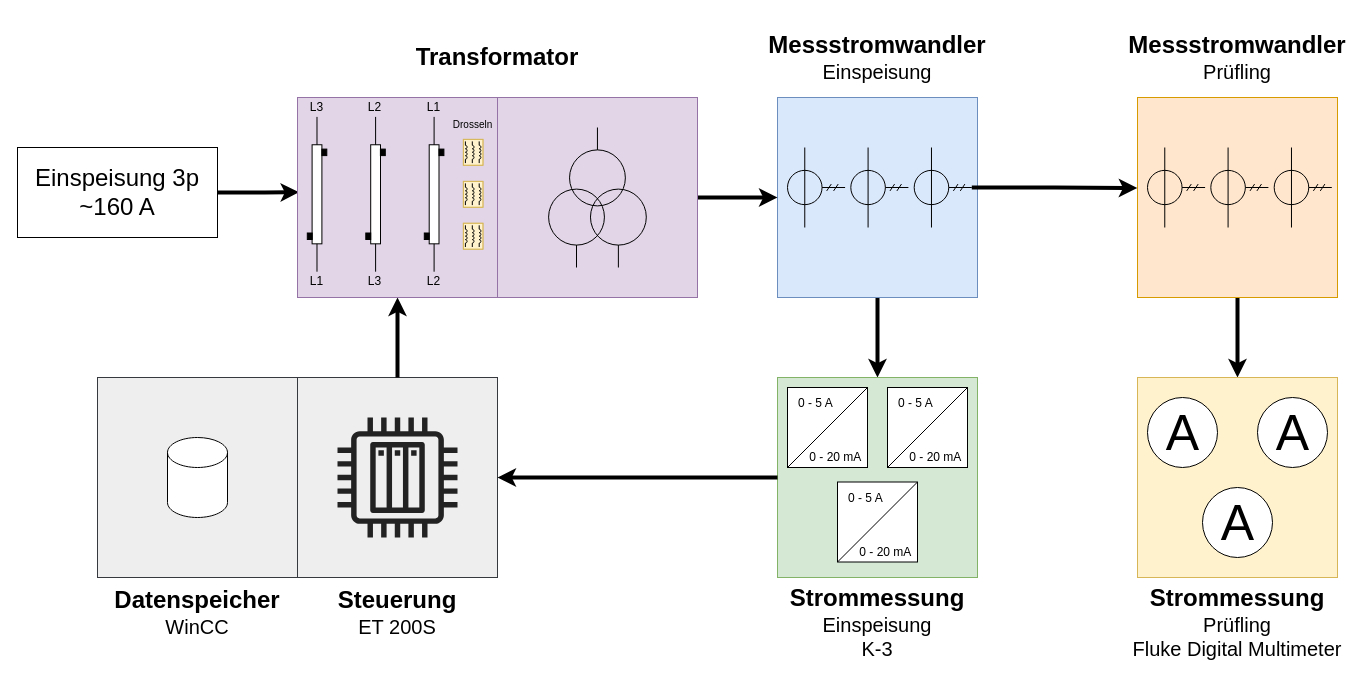
Earlier version of the draw.io diagram 03_Ressourcen/zeichnungen/aufbau_messstrecke..drawio (oliverschmidt99/Bachelorarbeit-Fremdfeldbeeinflussung-Messstromwandler-s). Source tidied: cells renumbered, new cells numbered last; positions are measured from the earlier drawing's top-left corner, leaving out a move shared by most shapes. Both pictures are drawn from the tidied source at 100%, with x=0, y=0 at pixel (17, 17).
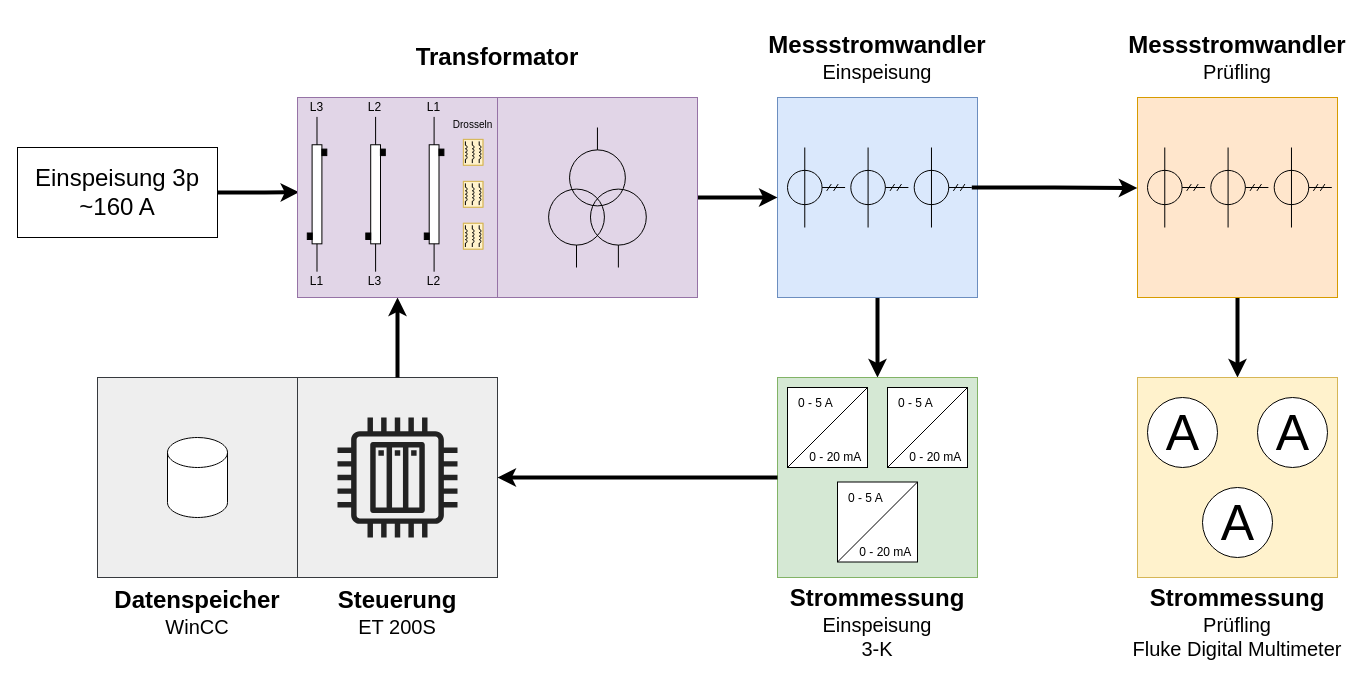
The same diagram, later.

Change to the diagram source:
```diff
@@
-    <mxCell id="83" value="&lt;div&gt;&lt;span style=&quot;font-size: 24px;&quot;&gt;&lt;font style=&quot;&quot;&gt;&lt;b&gt;Strommessung&lt;/b&gt;&lt;/font&gt;&lt;/span&gt;&lt;/div&gt;&lt;div&gt;&lt;span style=&quot;font-size: 20px;&quot;&gt;Einspeisung&lt;/span&gt;&lt;/div&gt;&lt;div&gt;&lt;span style=&quot;&quot;&gt;&lt;font style=&quot;font-size: 20px;&quot;&gt;K-3&lt;/font&gt;&lt;/span&gt;&lt;/div&gt;" style="text;html=1;whiteSpace=wrap;strokeColor=none;fillColor=none;align=center;verticalAlign=middle;rounded=0;" parent="1" vertex="1">
+    <mxCell id="83" value="&lt;div&gt;&lt;span style=&quot;font-size: 24px;&quot;&gt;&lt;font style=&quot;&quot;&gt;&lt;b&gt;Strommessung&lt;/b&gt;&lt;/font&gt;&lt;/span&gt;&lt;/div&gt;&lt;div&gt;&lt;span style=&quot;font-size: 20px;&quot;&gt;Einspeisung&lt;/span&gt;&lt;/div&gt;&lt;div&gt;&lt;span style=&quot;&quot;&gt;&lt;font style=&quot;font-size: 20px;&quot;&gt;3-K&lt;/font&gt;&lt;/span&gt;&lt;/div&gt;" style="text;html=1;whiteSpace=wrap;strokeColor=none;fillColor=none;align=center;verticalAlign=middle;rounded=0;" parent="1" vertex="1">
       <mxGeometry x="750" y="560" width="220" height="90" as="geometry" />
     </mxCell>
```
